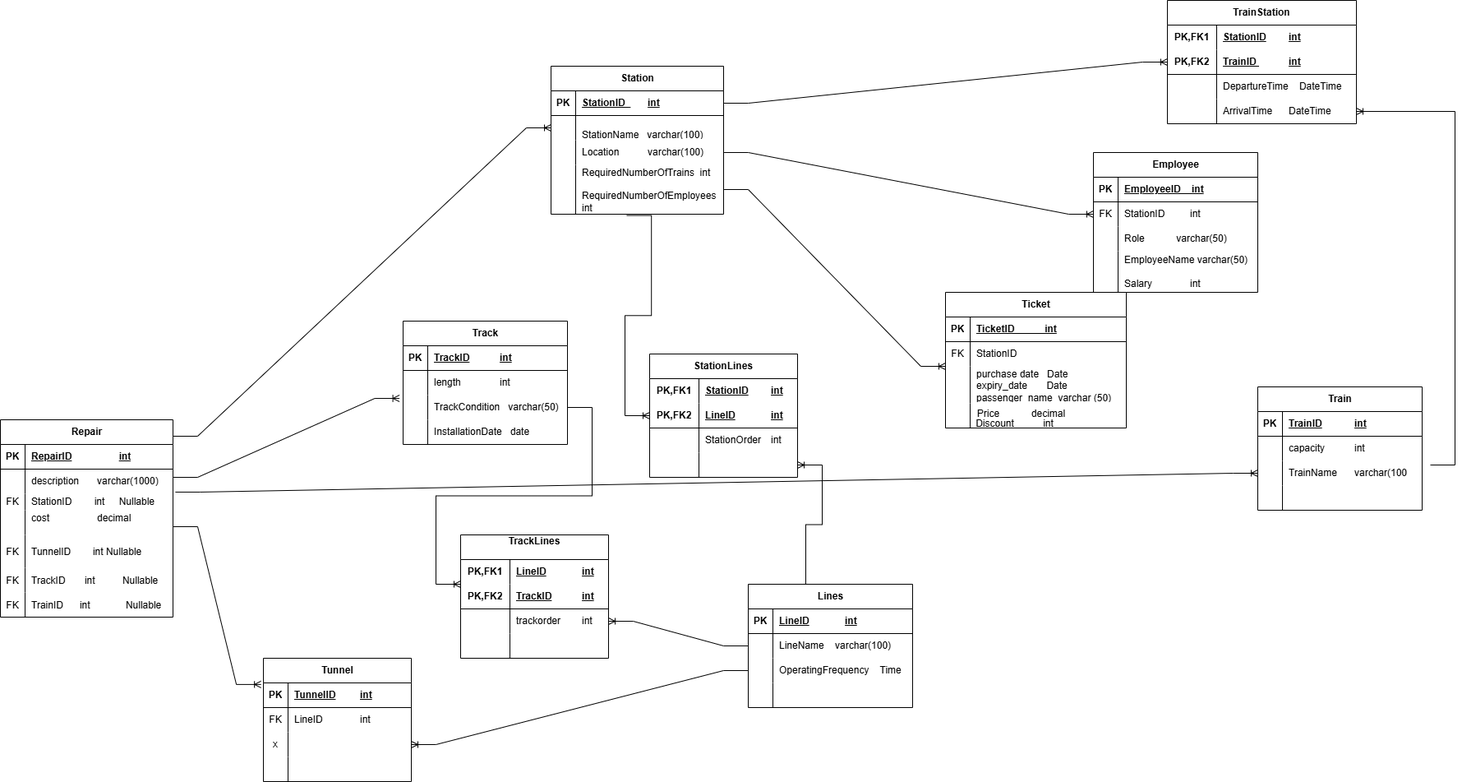
Earlier version of the draw.io export Untitled Diagram.drawio.png (mato08/Daviti_Matiashvili_AU24). Source tidied: cells renumbered, new cells last; positions are measured from the earlier drawing's top-left corner, leaving out a move shared by most shapes.
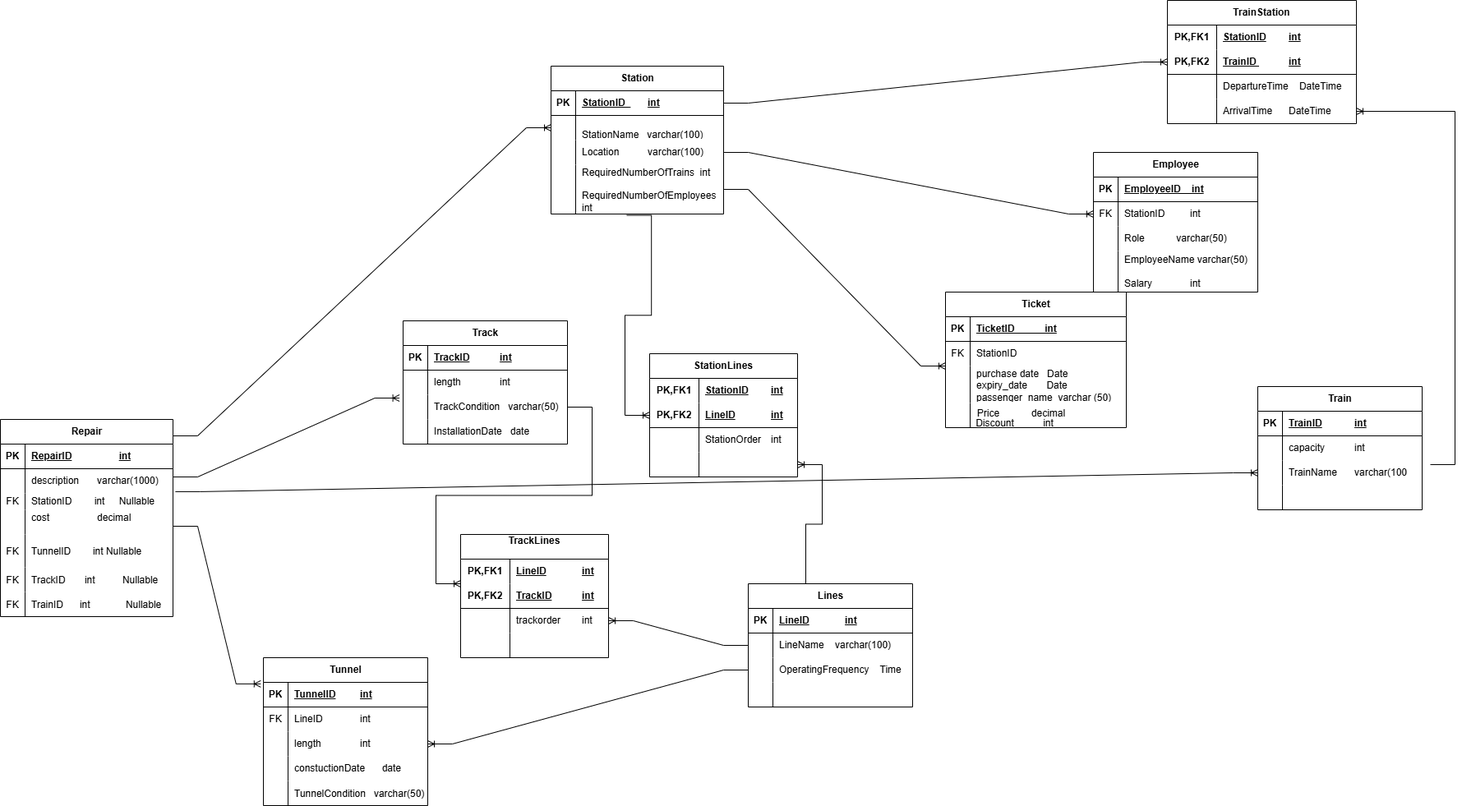
After the change.

Diff of the diagram source:
```diff
@@ -391,44 +391,53 @@
       <mxGeometry relative="1" as="geometry" />
     </mxCell>
     <mxCell id="129" value="Tunnel" style="shape=table;startSize=30;rowLines=0;fontStyle=1;align=center;html=1;" parent="1" vertex="1">
-      <mxGeometry x="320" y="800" width="180" height="150" as="geometry" />
+      <mxGeometry x="320" y="800" width="200" height="180" as="geometry" />
     </mxCell>
     <mxCell id="130" style="shape=tableRow;horizontal=0;startSize=0;swimlaneHead=0;swimlaneBody=0;fillColor=none;points=[[0,0.5],[1,0.5]];portConstraint=eastwest;top=0;left=0;right=0;bottom=1;" parent="129" vertex="1">
-      <mxGeometry y="30" width="180" height="30" as="geometry" />
+      <mxGeometry y="30" width="200" height="30" as="geometry" />
     </mxCell>
     <mxCell id="131" value="PK" style="shape=partialRectangle;fillColor=none;top=0;left=0;bottom=0;right=0;fontStyle=1;overflow=hidden;whiteSpace=wrap;html=1;" parent="130" vertex="1">
       <mxGeometry width="30" height="30" as="geometry" />
     </mxCell>
     <mxCell id="132" value="TunnelID&lt;span style=&quot;white-space: pre;&quot;&gt;&#9;&lt;/span&gt;&lt;span style=&quot;white-space: pre;&quot;&gt;&#9;&lt;/span&gt;int" style="shape=partialRectangle;fillColor=none;top=0;left=0;bottom=0;right=0;align=left;spacingLeft=6;fontStyle=5;overflow=hidden;whiteSpace=wrap;html=1;" parent="130" vertex="1">
-      <mxGeometry x="30" width="150" height="30" as="geometry" />
+      <mxGeometry x="30" width="170" height="30" as="geometry" />
     </mxCell>
     <mxCell id="133" style="shape=tableRow;horizontal=0;startSize=0;swimlaneHead=0;swimlaneBody=0;fillColor=none;top=0;left=0;right=0;bottom=0;" parent="129" vertex="1">
-      <mxGeometry y="60" width="180" height="30" as="geometry" />
+      <mxGeometry y="60" width="200" height="30" as="geometry" />
     </mxCell>
     <mxCell id="134" value="FK" style="shape=partialRectangle;fillColor=none;top=0;left=0;bottom=0;right=0;overflow=hidden;whiteSpace=wrap;html=1;" parent="133" vertex="1">
       <mxGeometry width="30" height="30" as="geometry" />
     </mxCell>
     <mxCell id="135" value="LineID&lt;span style=&quot;white-space: pre;&quot;&gt;&#9;&lt;/span&gt;&lt;span style=&quot;white-space: pre;&quot;&gt;&#9;&lt;/span&gt;int" style="shape=partialRectangle;fillColor=none;top=0;left=0;bottom=0;right=0;align=left;spacingLeft=6;overflow=hidden;whiteSpace=wrap;html=1;" parent="133" vertex="1">
-      <mxGeometry x="30" width="150" height="30" as="geometry" />
+      <mxGeometry x="30" width="170" height="30" as="geometry" />
     </mxCell>
     <mxCell id="136" style="shape=tableRow;horizontal=0;startSize=0;swimlaneHead=0;swimlaneBody=0;fillColor=none;points=[[0,0.5],[1,0.5]];portConstraint=eastwest;top=0;left=0;right=0;bottom=0;" parent="129" vertex="1">
-      <mxGeometry y="90" width="180" height="30" as="geometry" />
+      <mxGeometry y="90" width="200" height="30" as="geometry" />
     </mxCell>
-    <mxCell id="137" value="x" style="shape=partialRectangle;fillColor=none;top=0;left=0;bottom=0;right=0;overflow=hidden;whiteSpace=wrap;html=1;" parent="136" vertex="1">
+    <mxCell id="137" style="shape=partialRectangle;fillColor=none;top=0;left=0;bottom=0;right=0;overflow=hidden;whiteSpace=wrap;html=1;" parent="136" vertex="1">
       <mxGeometry width="30" height="30" as="geometry" />
     </mxCell>
-    <mxCell id="138" style="shape=partialRectangle;fillColor=none;top=0;left=0;bottom=0;right=0;align=left;spacingLeft=6;overflow=hidden;whiteSpace=wrap;html=1;" parent="136" vertex="1">
-      <mxGeometry x="30" width="150" height="30" as="geometry" />
+    <mxCell id="138" value="length&amp;nbsp;&lt;span style=&quot;white-space: pre;&quot;&gt;&#9;&lt;/span&gt;&lt;span style=&quot;white-space: pre;&quot;&gt;&#9;&lt;/span&gt;int" style="shape=partialRectangle;fillColor=none;top=0;left=0;bottom=0;right=0;align=left;spacingLeft=6;overflow=hidden;whiteSpace=wrap;html=1;" parent="136" vertex="1">
+      <mxGeometry x="30" width="170" height="30" as="geometry" />
     </mxCell>
     <mxCell id="139" style="shape=tableRow;horizontal=0;startSize=0;swimlaneHead=0;swimlaneBody=0;fillColor=none;top=0;left=0;right=0;bottom=0;" parent="129" vertex="1">
-      <mxGeometry y="120" width="180" height="30" as="geometry" />
+      <mxGeometry y="120" width="200" height="30" as="geometry" />
     </mxCell>
     <mxCell id="140" style="shape=partialRectangle;fillColor=none;top=0;left=0;bottom=0;right=0;overflow=hidden;whiteSpace=wrap;html=1;" parent="139" vertex="1">
       <mxGeometry width="30" height="30" as="geometry" />
     </mxCell>
-    <mxCell id="141" style="shape=partialRectangle;fillColor=none;top=0;left=0;bottom=0;right=0;align=left;spacingLeft=6;overflow=hidden;whiteSpace=wrap;html=1;" parent="139" vertex="1">
-      <mxGeometry x="30" width="150" height="30" as="geometry" />
+    <mxCell id="141" value="constuctionDate&lt;span style=&quot;white-space: pre;&quot;&gt;&#9;&lt;/span&gt;date" style="shape=partialRectangle;fillColor=none;top=0;left=0;bottom=0;right=0;align=left;spacingLeft=6;overflow=hidden;whiteSpace=wrap;html=1;" parent="139" vertex="1">
+      <mxGeometry x="30" width="170" height="30" as="geometry" />
     </mxCell>
+    <mxCell id="171" style="shape=tableRow;horizontal=0;startSize=0;swimlaneHead=0;swimlaneBody=0;fillColor=none;top=0;left=0;right=0;bottom=0;" parent="129" vertex="1">
+      <mxGeometry y="150" width="200" height="30" as="geometry" />
+    </mxCell>
+    <mxCell id="172" style="shape=partialRectangle;fillColor=none;top=0;left=0;bottom=0;right=0;overflow=hidden;" parent="171" vertex="1">
+      <mxGeometry width="30" height="30" as="geometry" />
+    </mxCell>
+    <mxCell id="173" value="TunnelCondition   varchar(50)" style="shape=partialRectangle;fillColor=none;top=0;left=0;bottom=0;right=0;align=left;spacingLeft=6;overflow=hidden;" parent="171" vertex="1">
+      <mxGeometry x="30" width="170" height="30" as="geometry" />
+    </mxCell>
     <mxCell id="142" value="Discount" style="text;html=1;align=center;verticalAlign=middle;strokeColor=none;fillColor=none;" parent="1" vertex="1">
       <mxGeometry x="1175" y="500" width="70" height="30" as="geometry" />
     </mxCell>
```
